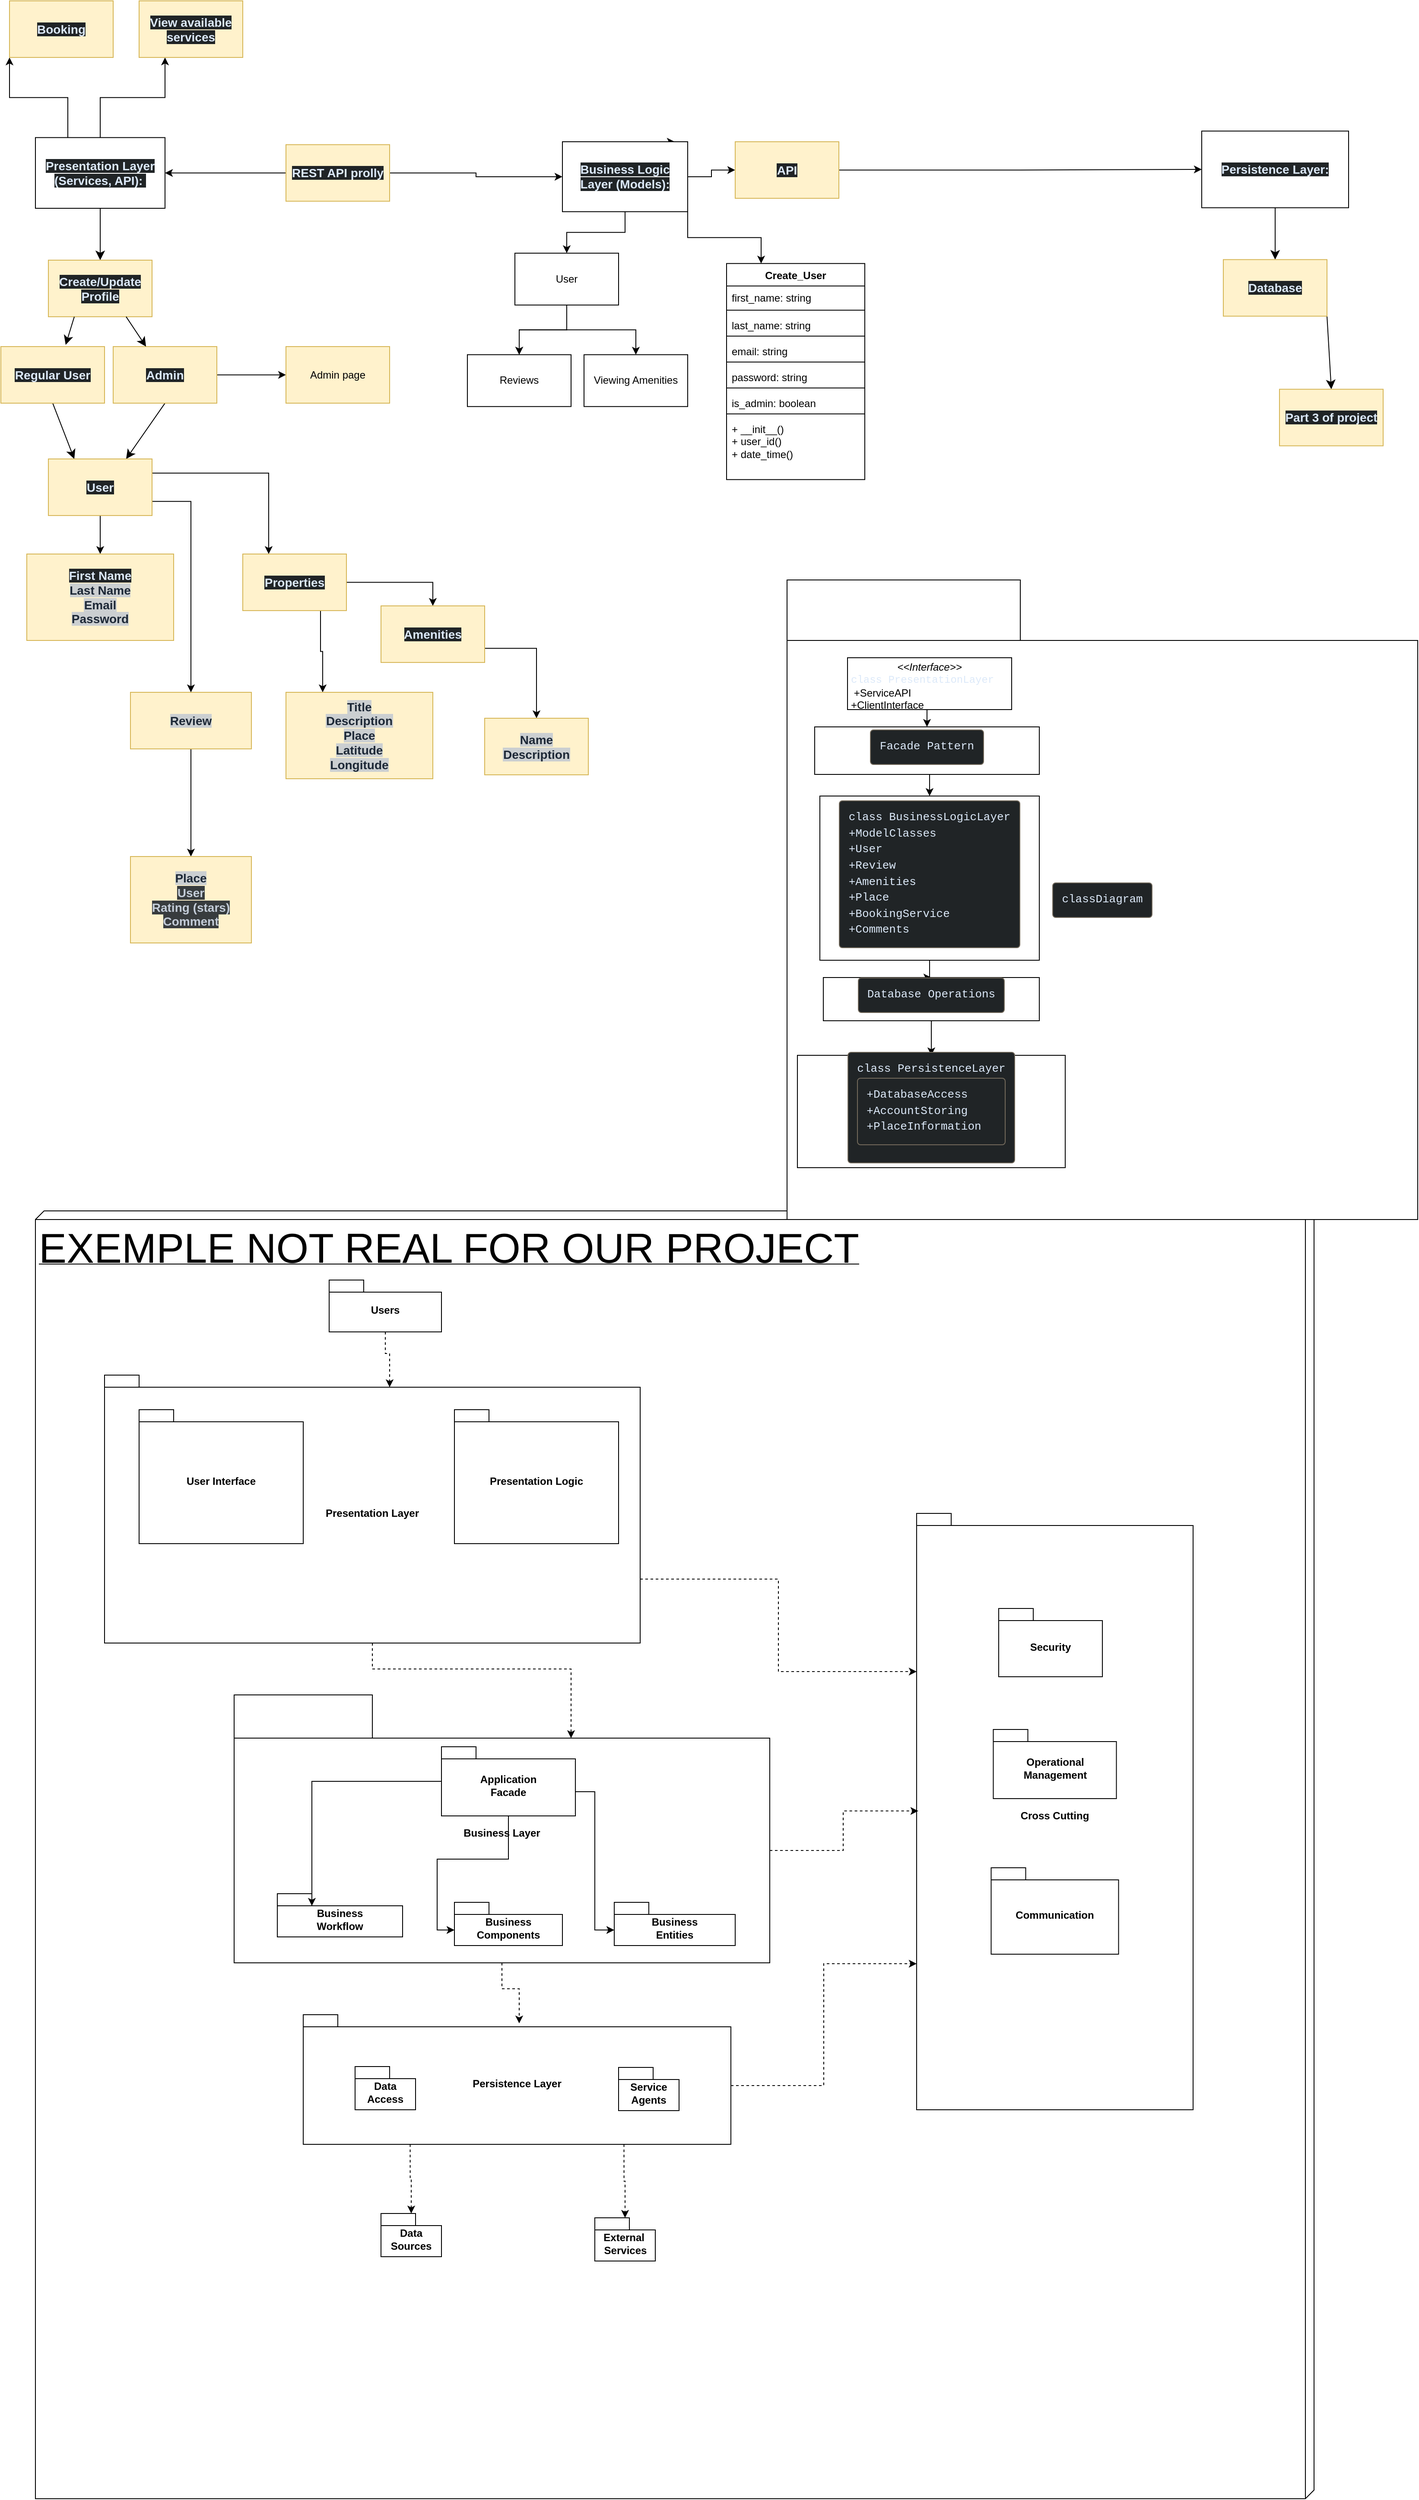
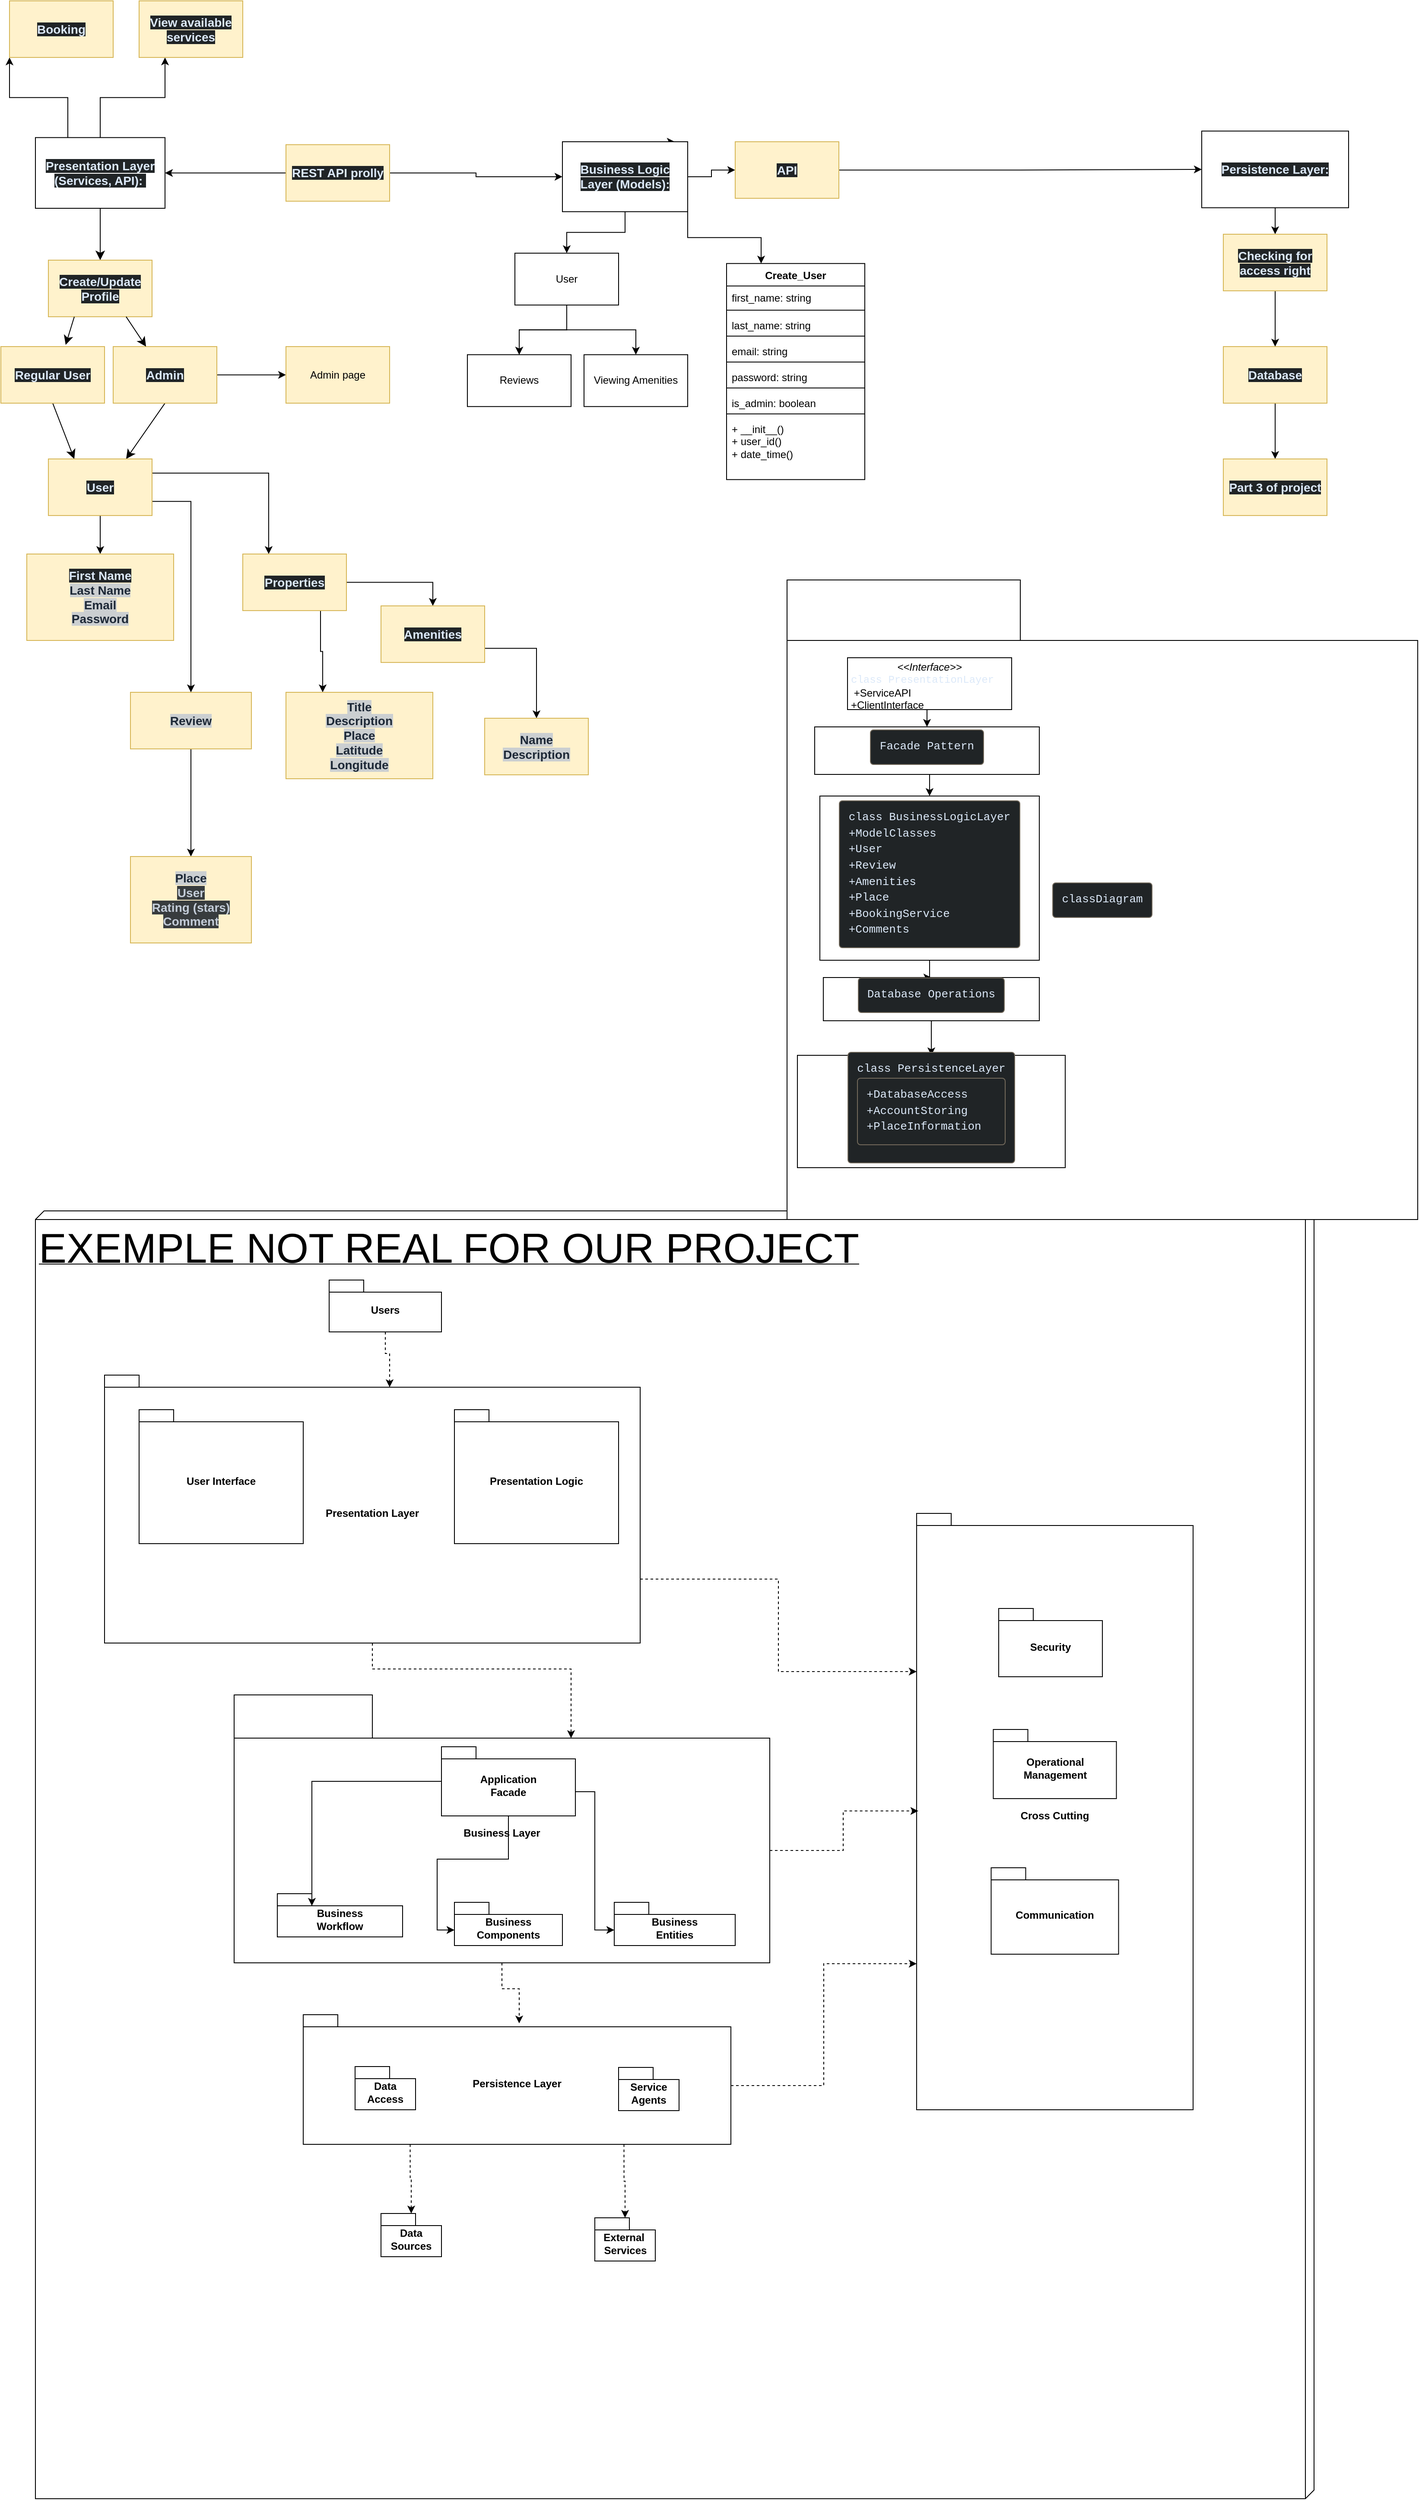
<mxfile host="app.diagrams.net">
  <diagram name="Page-1" id="-YqvBdWR7zro55ob8_1u">
-     <mxGraphModel dx="1252" dy="682" grid="1" gridSize="10" guides="1" tooltips="1" connect="1" arrows="1" fold="1" page="1" pageScale="1" pageWidth="850" pageHeight="1100" math="0" shadow="0">
+     <mxGraphModel dx="1134" dy="780" grid="1" gridSize="10" guides="1" tooltips="1" connect="1" arrows="1" fold="1" page="1" pageScale="1" pageWidth="850" pageHeight="1100" math="0" shadow="0">
      <root>
        <mxCell id="0" />
        <mxCell id="1" parent="0" />
        <mxCell id="ak4_qq2vWhMhYVfdcJaX-1" parent="1" style="verticalAlign=top;align=left;spacingTop=8;spacingLeft=2;spacingRight=12;shape=cube;size=10;direction=south;fontStyle=4;html=1;whiteSpace=wrap;" value="&lt;font style=&quot;font-size: 48px;&quot;&gt;EXEMPLE NOT REAL FOR OUR PROJECT&lt;/font&gt;" vertex="1">
          <mxGeometry height="1490" width="1480" x="40" y="1500" as="geometry" />
        </mxCell>
        <mxCell id="Xk1fa7zEFvqhqLaLLcKz-15" parent="1" style="shape=folder;fontStyle=1;spacingTop=10;tabWidth=270;tabHeight=70;tabPosition=left;html=1;whiteSpace=wrap;" value="&lt;pre style=&quot;box-sizing: border-box; overflow: auto; font-family: Menlo, Monaco, Consolas, &amp;quot;Courier New&amp;quot;, monospace; font-size: 13px; margin: 0px 0px 10px; line-height: 1.42857; color: rgb(220, 233, 249); word-break: break-all; overflow-wrap: break-word; border-width: 1px; border-style: solid; border-image: initial; scrollbar-color: rgb(95, 99, 104) rgb(49, 54, 60); font-weight: 400; text-align: start; padding: 10px !important; background-color: rgb(32, 36, 38) !important; border-color: rgb(114, 105, 91) !important; border-radius: 4px !important;&quot;&gt;&lt;code class=&quot;mermaid language-mermaid&quot; style=&quot;box-sizing: border-box; font-family: Menlo, Monaco, Consolas, &amp;quot;Courier New&amp;quot;, monospace; font-size: inherit; padding: 0px; border-radius: 0px; white-space: pre-wrap; scrollbar-color: rgb(95, 99, 104) rgb(49, 54, 60); background-color: transparent !important;&quot;&gt;classDiagram&lt;/code&gt;&lt;/pre&gt;" vertex="1">
          <mxGeometry height="740" width="730" x="910" y="770" as="geometry" />
        </mxCell>
        <mxCell id="knfjWByLyRWuwcYY4K55-11" edge="1" parent="1" source="hUDn5ZNKDxH-Q9J3WyCt-1" style="edgeStyle=none;curved=1;rounded=0;orthogonalLoop=1;jettySize=auto;html=1;exitX=0.5;exitY=1;exitDx=0;exitDy=0;fontSize=12;startSize=8;endSize=8;" target="knfjWByLyRWuwcYY4K55-1">
          <mxGeometry relative="1" as="geometry" />
        </mxCell>
        <mxCell id="nrL1aRvaP8A3k5mvhdIb-1" edge="1" parent="1" source="hUDn5ZNKDxH-Q9J3WyCt-1" style="edgeStyle=orthogonalEdgeStyle;rounded=0;orthogonalLoop=1;jettySize=auto;html=1;exitX=0.25;exitY=0;exitDx=0;exitDy=0;entryX=0;entryY=1;entryDx=0;entryDy=0;" target="nDmQYND_-jVZAFU5oeKq-2">
          <mxGeometry relative="1" as="geometry" />
        </mxCell>
        <mxCell id="nrL1aRvaP8A3k5mvhdIb-2" edge="1" parent="1" source="hUDn5ZNKDxH-Q9J3WyCt-1" style="edgeStyle=orthogonalEdgeStyle;rounded=0;orthogonalLoop=1;jettySize=auto;html=1;exitX=0.5;exitY=0;exitDx=0;exitDy=0;entryX=0.25;entryY=1;entryDx=0;entryDy=0;" target="nDmQYND_-jVZAFU5oeKq-3">
          <mxGeometry relative="1" as="geometry" />
        </mxCell>
        <mxCell id="hUDn5ZNKDxH-Q9J3WyCt-1" parent="1" style="rounded=0;whiteSpace=wrap;html=1;" value="&lt;strong style=&quot;box-sizing: border-box; font-weight: bold; scrollbar-color: rgb(95, 99, 104) rgb(49, 54, 60); color: rgb(220, 233, 249); font-family: aktiv-grotesk, sans-serif; font-size: 14px; text-align: start; background-color: rgb(32, 36, 38);&quot;&gt;Presentation Layer (Services, API):&lt;/strong&gt;&lt;span style=&quot;color: rgb(220, 233, 249); font-family: aktiv-grotesk, sans-serif; font-size: 14px; text-align: start; background-color: rgb(32, 36, 38);&quot;&gt;&amp;nbsp;&lt;/span&gt;" vertex="1">
          <mxGeometry height="81.82" width="150" x="40" y="258.18" as="geometry" />
        </mxCell>
        <mxCell id="nrL1aRvaP8A3k5mvhdIb-28" edge="1" parent="1" source="hUDn5ZNKDxH-Q9J3WyCt-2" style="edgeStyle=orthogonalEdgeStyle;rounded=0;orthogonalLoop=1;jettySize=auto;html=1;exitX=0.75;exitY=0;exitDx=0;exitDy=0;">
          <mxGeometry relative="1" as="geometry">
            <mxPoint x="780" y="262.92" as="targetPoint" />
          </mxGeometry>
        </mxCell>
        <mxCell id="nrL1aRvaP8A3k5mvhdIb-29" edge="1" parent="1" source="hUDn5ZNKDxH-Q9J3WyCt-2" style="edgeStyle=orthogonalEdgeStyle;rounded=0;orthogonalLoop=1;jettySize=auto;html=1;exitX=1;exitY=0.5;exitDx=0;exitDy=0;entryX=0;entryY=0.5;entryDx=0;entryDy=0;" target="nrL1aRvaP8A3k5mvhdIb-25">
          <mxGeometry relative="1" as="geometry" />
        </mxCell>
        <mxCell id="IQe30unK_AcWwb2UXMVU-2" edge="1" parent="1" source="hUDn5ZNKDxH-Q9J3WyCt-2" style="edgeStyle=orthogonalEdgeStyle;rounded=0;orthogonalLoop=1;jettySize=auto;html=1;" target="IQe30unK_AcWwb2UXMVU-1" value="">
          <mxGeometry relative="1" as="geometry" />
        </mxCell>
        <mxCell id="bphd-XHS044pXj_6YrF3-8" edge="1" parent="1" source="hUDn5ZNKDxH-Q9J3WyCt-2" style="edgeStyle=orthogonalEdgeStyle;rounded=0;orthogonalLoop=1;jettySize=auto;html=1;exitX=1;exitY=1;exitDx=0;exitDy=0;entryX=0.25;entryY=0;entryDx=0;entryDy=0;" target="bphd-XHS044pXj_6YrF3-4">
          <mxGeometry relative="1" as="geometry" />
        </mxCell>
        <mxCell id="hUDn5ZNKDxH-Q9J3WyCt-2" parent="1" style="rounded=0;whiteSpace=wrap;html=1;" value="&lt;strong style=&quot;box-sizing: border-box; font-weight: bold; scrollbar-color: rgb(95, 99, 104) rgb(49, 54, 60); color: rgb(220, 233, 249); font-family: aktiv-grotesk, sans-serif; font-size: 14px; text-align: start; background-color: rgb(32, 36, 38);&quot;&gt;Business Logic Layer (Models):&lt;/strong&gt;" vertex="1">
          <mxGeometry height="80.93" width="145" x="650" y="262.99" as="geometry" />
        </mxCell>
-         <mxCell id="knfjWByLyRWuwcYY4K55-10" edge="1" parent="1" source="hUDn5ZNKDxH-Q9J3WyCt-3" style="edgeStyle=none;curved=1;rounded=0;orthogonalLoop=1;jettySize=auto;html=1;exitX=0.5;exitY=1;exitDx=0;exitDy=0;entryX=0.5;entryY=0;entryDx=0;entryDy=0;fontSize=12;startSize=8;endSize=8;" target="knfjWByLyRWuwcYY4K55-9">
+         <mxCell id="lqWkxY9uZ9eT4ogvRrYx-3" edge="1" parent="1" source="hUDn5ZNKDxH-Q9J3WyCt-3" style="edgeStyle=orthogonalEdgeStyle;rounded=0;orthogonalLoop=1;jettySize=auto;html=1;exitX=0.5;exitY=1;exitDx=0;exitDy=0;entryX=0.5;entryY=0;entryDx=0;entryDy=0;" target="lqWkxY9uZ9eT4ogvRrYx-2">
          <mxGeometry relative="1" as="geometry" />
        </mxCell>
        <mxCell id="hUDn5ZNKDxH-Q9J3WyCt-3" parent="1" style="rounded=0;whiteSpace=wrap;html=1;" value="&lt;strong style=&quot;box-sizing: border-box; font-weight: bold; scrollbar-color: rgb(95, 99, 104) rgb(49, 54, 60); color: rgb(220, 233, 249); font-family: aktiv-grotesk, sans-serif; font-size: 14px; text-align: start; background-color: rgb(32, 36, 38);&quot;&gt;Persistence Layer:&lt;/strong&gt;" vertex="1">
          <mxGeometry height="88.7" width="170" x="1390" y="250.65" as="geometry" />
        </mxCell>
        <mxCell id="nDmQYND_-jVZAFU5oeKq-2" parent="1" style="rounded=0;whiteSpace=wrap;html=1;fillColor=#fff2cc;strokeColor=#d6b656;" value="&lt;div style=&quot;text-align: start;&quot;&gt;&lt;font color=&quot;#dce9f9&quot; face=&quot;aktiv-grotesk, sans-serif&quot;&gt;&lt;span style=&quot;font-size: 14px; background-color: rgb(32, 36, 38);&quot;&gt;&lt;b&gt;Booking&lt;/b&gt;&lt;/span&gt;&lt;/font&gt;&lt;/div&gt;" vertex="1">
          <mxGeometry height="65.46" width="120" x="10" y="100" as="geometry" />
        </mxCell>
        <mxCell id="nDmQYND_-jVZAFU5oeKq-3" parent="1" style="rounded=0;whiteSpace=wrap;html=1;align=center;fillColor=#fff2cc;strokeColor=#d6b656;" value="&lt;div style=&quot;&quot;&gt;&lt;font color=&quot;#dce9f9&quot; face=&quot;aktiv-grotesk, sans-serif&quot;&gt;&lt;span style=&quot;font-size: 14px; background-color: rgb(32, 36, 38);&quot;&gt;&lt;b&gt;View available services&lt;/b&gt;&lt;/span&gt;&lt;/font&gt;&lt;/div&gt;" vertex="1">
          <mxGeometry height="65.46" width="120" x="160" y="100.00000000000003" as="geometry" />
        </mxCell>
        <mxCell id="bphd-XHS044pXj_6YrF3-2" edge="1" parent="1" source="nDmQYND_-jVZAFU5oeKq-4" style="edgeStyle=orthogonalEdgeStyle;rounded=0;orthogonalLoop=1;jettySize=auto;html=1;exitX=0.5;exitY=1;exitDx=0;exitDy=0;entryX=0.5;entryY=0;entryDx=0;entryDy=0;" target="bphd-XHS044pXj_6YrF3-1">
          <mxGeometry relative="1" as="geometry" />
        </mxCell>
        <mxCell id="nDmQYND_-jVZAFU5oeKq-4" parent="1" style="rounded=0;whiteSpace=wrap;html=1;align=center;fillColor=#fff2cc;strokeColor=#d6b656;" value="&lt;div style=&quot;&quot;&gt;&lt;font color=&quot;#1d2836&quot; face=&quot;aktiv-grotesk, sans-serif&quot;&gt;&lt;span style=&quot;font-size: 14px; background-color: rgb(203, 207, 209);&quot;&gt;&lt;b&gt;Review&lt;/b&gt;&lt;/span&gt;&lt;/font&gt;&lt;/div&gt;" vertex="1">
          <mxGeometry height="65.46" width="140" x="150" y="900" as="geometry" />
        </mxCell>
        <mxCell id="knfjWByLyRWuwcYY4K55-1" parent="1" style="rounded=0;whiteSpace=wrap;html=1;align=center;fillColor=#fff2cc;strokeColor=#d6b656;" value="&lt;div style=&quot;&quot;&gt;&lt;font color=&quot;#dce9f9&quot; face=&quot;aktiv-grotesk, sans-serif&quot;&gt;&lt;span style=&quot;font-size: 14px; background-color: rgb(32, 36, 38);&quot;&gt;&lt;b&gt;Create/Update Profile&lt;/b&gt;&lt;/span&gt;&lt;/font&gt;&lt;/div&gt;" vertex="1">
          <mxGeometry height="65.46" width="120" x="55" y="400" as="geometry" />
        </mxCell>
        <mxCell id="knfjWByLyRWuwcYY4K55-12" edge="1" parent="1" source="knfjWByLyRWuwcYY4K55-3" style="edgeStyle=none;curved=1;rounded=0;orthogonalLoop=1;jettySize=auto;html=1;exitX=0.5;exitY=1;exitDx=0;exitDy=0;entryX=0.25;entryY=0;entryDx=0;entryDy=0;fontSize=12;startSize=8;endSize=8;" target="knfjWByLyRWuwcYY4K55-7">
          <mxGeometry relative="1" as="geometry" />
        </mxCell>
        <mxCell id="knfjWByLyRWuwcYY4K55-3" parent="1" style="rounded=0;whiteSpace=wrap;html=1;align=center;fillColor=#fff2cc;strokeColor=#d6b656;" value="&lt;div style=&quot;&quot;&gt;&lt;font color=&quot;#dce9f9&quot; face=&quot;aktiv-grotesk, sans-serif&quot;&gt;&lt;span style=&quot;font-size: 14px; background-color: rgb(32, 36, 38);&quot;&gt;&lt;b&gt;Regular User&lt;/b&gt;&lt;/span&gt;&lt;/font&gt;&lt;/div&gt;" vertex="1">
          <mxGeometry height="65.46" width="120" y="500" as="geometry" />
        </mxCell>
        <mxCell id="knfjWByLyRWuwcYY4K55-13" edge="1" parent="1" source="knfjWByLyRWuwcYY4K55-4" style="edgeStyle=none;curved=1;rounded=0;orthogonalLoop=1;jettySize=auto;html=1;exitX=0.5;exitY=1;exitDx=0;exitDy=0;entryX=0.75;entryY=0;entryDx=0;entryDy=0;fontSize=12;startSize=8;endSize=8;" target="knfjWByLyRWuwcYY4K55-7">
          <mxGeometry relative="1" as="geometry" />
        </mxCell>
        <mxCell id="aWwyGlZGmxZRMDZtTTIC-5" edge="1" parent="1" source="knfjWByLyRWuwcYY4K55-4" style="edgeStyle=orthogonalEdgeStyle;rounded=0;orthogonalLoop=1;jettySize=auto;html=1;" target="aWwyGlZGmxZRMDZtTTIC-4" value="">
          <mxGeometry relative="1" as="geometry" />
        </mxCell>
        <mxCell id="knfjWByLyRWuwcYY4K55-4" parent="1" style="rounded=0;whiteSpace=wrap;html=1;align=center;fillColor=#fff2cc;strokeColor=#d6b656;" value="&lt;div style=&quot;&quot;&gt;&lt;font color=&quot;#dce9f9&quot; face=&quot;aktiv-grotesk, sans-serif&quot;&gt;&lt;span style=&quot;font-size: 14px; background-color: rgb(32, 36, 38);&quot;&gt;&lt;b&gt;Admin&lt;/b&gt;&lt;/span&gt;&lt;/font&gt;&lt;/div&gt;" vertex="1">
          <mxGeometry height="65.46" width="120" x="130" y="500" as="geometry" />
        </mxCell>
        <mxCell id="knfjWByLyRWuwcYY4K55-5" edge="1" parent="1" source="knfjWByLyRWuwcYY4K55-1" style="edgeStyle=none;curved=1;rounded=0;orthogonalLoop=1;jettySize=auto;html=1;exitX=0.25;exitY=1;exitDx=0;exitDy=0;entryX=0.625;entryY=-0.031;entryDx=0;entryDy=0;entryPerimeter=0;fontSize=12;startSize=8;endSize=8;" target="knfjWByLyRWuwcYY4K55-3">
          <mxGeometry relative="1" as="geometry" />
        </mxCell>
        <mxCell id="knfjWByLyRWuwcYY4K55-6" edge="1" parent="1" source="knfjWByLyRWuwcYY4K55-1" style="edgeStyle=none;curved=1;rounded=0;orthogonalLoop=1;jettySize=auto;html=1;exitX=0.75;exitY=1;exitDx=0;exitDy=0;entryX=0.317;entryY=0;entryDx=0;entryDy=0;entryPerimeter=0;fontSize=12;startSize=8;endSize=8;" target="knfjWByLyRWuwcYY4K55-4">
          <mxGeometry relative="1" as="geometry" />
        </mxCell>
        <mxCell id="nrL1aRvaP8A3k5mvhdIb-16" edge="1" parent="1" source="knfjWByLyRWuwcYY4K55-7" style="edgeStyle=orthogonalEdgeStyle;rounded=0;orthogonalLoop=1;jettySize=auto;html=1;exitX=0.5;exitY=1;exitDx=0;exitDy=0;entryX=0.5;entryY=0;entryDx=0;entryDy=0;" target="nrL1aRvaP8A3k5mvhdIb-10">
          <mxGeometry relative="1" as="geometry" />
        </mxCell>
        <mxCell id="nrL1aRvaP8A3k5mvhdIb-18" edge="1" parent="1" source="knfjWByLyRWuwcYY4K55-7" style="edgeStyle=orthogonalEdgeStyle;rounded=0;orthogonalLoop=1;jettySize=auto;html=1;exitX=1;exitY=0.75;exitDx=0;exitDy=0;entryX=0.5;entryY=0;entryDx=0;entryDy=0;" target="nDmQYND_-jVZAFU5oeKq-4">
          <mxGeometry relative="1" as="geometry" />
        </mxCell>
        <mxCell id="nrL1aRvaP8A3k5mvhdIb-19" edge="1" parent="1" source="knfjWByLyRWuwcYY4K55-7" style="edgeStyle=orthogonalEdgeStyle;rounded=0;orthogonalLoop=1;jettySize=auto;html=1;exitX=1;exitY=0.25;exitDx=0;exitDy=0;entryX=0.25;entryY=0;entryDx=0;entryDy=0;" target="nrL1aRvaP8A3k5mvhdIb-3">
          <mxGeometry relative="1" as="geometry" />
        </mxCell>
        <mxCell id="knfjWByLyRWuwcYY4K55-7" parent="1" style="rounded=0;whiteSpace=wrap;html=1;align=center;fillColor=#fff2cc;strokeColor=#d6b656;" value="&lt;div style=&quot;&quot;&gt;&lt;font color=&quot;#dce9f9&quot; face=&quot;aktiv-grotesk, sans-serif&quot;&gt;&lt;span style=&quot;font-size: 14px; background-color: rgb(32, 36, 38);&quot;&gt;&lt;b&gt;User&lt;/b&gt;&lt;/span&gt;&lt;/font&gt;&lt;/div&gt;" vertex="1">
          <mxGeometry height="65.46" width="120" x="55" y="630" as="geometry" />
        </mxCell>
-         <mxCell id="knfjWByLyRWuwcYY4K55-16" edge="1" parent="1" source="knfjWByLyRWuwcYY4K55-9" style="edgeStyle=none;curved=1;rounded=0;orthogonalLoop=1;jettySize=auto;html=1;exitX=1;exitY=1;exitDx=0;exitDy=0;entryX=0.5;entryY=0;entryDx=0;entryDy=0;fontSize=12;startSize=8;endSize=8;" target="knfjWByLyRWuwcYY4K55-14">
+         <mxCell id="lqWkxY9uZ9eT4ogvRrYx-5" edge="1" parent="1" source="knfjWByLyRWuwcYY4K55-9" style="edgeStyle=orthogonalEdgeStyle;rounded=0;orthogonalLoop=1;jettySize=auto;html=1;entryX=0.5;entryY=0;entryDx=0;entryDy=0;" target="knfjWByLyRWuwcYY4K55-14">
          <mxGeometry relative="1" as="geometry" />
        </mxCell>
        <mxCell id="knfjWByLyRWuwcYY4K55-9" parent="1" style="rounded=0;whiteSpace=wrap;html=1;align=center;fillColor=#fff2cc;strokeColor=#d6b656;" value="&lt;div style=&quot;&quot;&gt;&lt;font color=&quot;#dce9f9&quot; face=&quot;aktiv-grotesk, sans-serif&quot;&gt;&lt;span style=&quot;font-size: 14px; background-color: rgb(32, 36, 38);&quot;&gt;&lt;b&gt;Database&lt;/b&gt;&lt;/span&gt;&lt;/font&gt;&lt;/div&gt;" vertex="1">
-           <mxGeometry height="65.46" width="120" x="1415" y="399.35" as="geometry" />
+           <mxGeometry height="65.46" width="120" x="1415" y="500.00000000000006" as="geometry" />
        </mxCell>
        <mxCell id="knfjWByLyRWuwcYY4K55-14" parent="1" style="rounded=0;whiteSpace=wrap;html=1;align=center;fillColor=#fff2cc;strokeColor=#d6b656;" value="&lt;div style=&quot;&quot;&gt;&lt;font color=&quot;#dce9f9&quot; face=&quot;aktiv-grotesk, sans-serif&quot;&gt;&lt;span style=&quot;font-size: 14px; background-color: rgb(32, 36, 38);&quot;&gt;&lt;b&gt;Part 3 of project&lt;/b&gt;&lt;/span&gt;&lt;/font&gt;&lt;/div&gt;" vertex="1">
-           <mxGeometry height="65.46" width="120" x="1480" y="549.35" as="geometry" />
+           <mxGeometry height="65.46" width="120" x="1415" y="630" as="geometry" />
        </mxCell>
        <mxCell id="bphd-XHS044pXj_6YrF3-3" edge="1" parent="1" source="nrL1aRvaP8A3k5mvhdIb-3" style="edgeStyle=orthogonalEdgeStyle;rounded=0;orthogonalLoop=1;jettySize=auto;html=1;exitX=0.75;exitY=1;exitDx=0;exitDy=0;entryX=0.25;entryY=0;entryDx=0;entryDy=0;" target="nrL1aRvaP8A3k5mvhdIb-20">
          <mxGeometry relative="1" as="geometry">
            <mxPoint x="370.11764705882365" y="910" as="targetPoint" />
          </mxGeometry>
        </mxCell>
        <mxCell id="bphd-XHS044pXj_6YrF3-10" edge="1" parent="1" source="nrL1aRvaP8A3k5mvhdIb-3" style="edgeStyle=orthogonalEdgeStyle;rounded=0;orthogonalLoop=1;jettySize=auto;html=1;exitX=1;exitY=0.5;exitDx=0;exitDy=0;entryX=0.5;entryY=0;entryDx=0;entryDy=0;" target="bphd-XHS044pXj_6YrF3-9">
          <mxGeometry relative="1" as="geometry" />
        </mxCell>
        <mxCell id="nrL1aRvaP8A3k5mvhdIb-3" parent="1" style="rounded=0;whiteSpace=wrap;html=1;align=center;fillColor=#fff2cc;strokeColor=#d6b656;" value="&lt;div style=&quot;&quot;&gt;&lt;font color=&quot;#dce9f9&quot; face=&quot;aktiv-grotesk, sans-serif&quot;&gt;&lt;span style=&quot;font-size: 14px; background-color: rgb(32, 36, 38);&quot;&gt;&lt;b&gt;Properties&lt;/b&gt;&lt;/span&gt;&lt;/font&gt;&lt;/div&gt;" vertex="1">
          <mxGeometry height="65.46" width="120" x="280" y="740" as="geometry" />
        </mxCell>
        <mxCell id="nrL1aRvaP8A3k5mvhdIb-10" parent="1" style="rounded=0;whiteSpace=wrap;html=1;align=center;fillColor=#fff2cc;strokeColor=#d6b656;" value="&lt;div style=&quot;&quot;&gt;&lt;font color=&quot;#dce9f9&quot; face=&quot;aktiv-grotesk, sans-serif&quot;&gt;&lt;span style=&quot;font-size: 14px; background-color: rgb(32, 36, 38);&quot;&gt;&lt;b&gt;First Name&lt;/b&gt;&lt;/span&gt;&lt;/font&gt;&lt;/div&gt;&lt;div style=&quot;&quot;&gt;&lt;font color=&quot;#1d2836&quot; face=&quot;aktiv-grotesk, sans-serif&quot;&gt;&lt;span style=&quot;font-size: 14px; background-color: rgb(203, 207, 209);&quot;&gt;&lt;b&gt;Last Name&lt;/b&gt;&lt;/span&gt;&lt;/font&gt;&lt;/div&gt;&lt;div style=&quot;&quot;&gt;&lt;font color=&quot;#1d2836&quot; face=&quot;aktiv-grotesk, sans-serif&quot;&gt;&lt;span style=&quot;font-size: 14px; background-color: rgb(203, 207, 209);&quot;&gt;&lt;b&gt;Email&lt;/b&gt;&lt;/span&gt;&lt;/font&gt;&lt;/div&gt;&lt;div style=&quot;&quot;&gt;&lt;font color=&quot;#1d2836&quot; face=&quot;aktiv-grotesk, sans-serif&quot;&gt;&lt;span style=&quot;font-size: 14px; background-color: rgb(203, 207, 209);&quot;&gt;&lt;b&gt;Password&lt;/b&gt;&lt;/span&gt;&lt;/font&gt;&lt;/div&gt;" vertex="1">
          <mxGeometry height="100" width="170" x="30" y="740" as="geometry" />
        </mxCell>
        <mxCell id="nrL1aRvaP8A3k5mvhdIb-20" parent="1" style="rounded=0;whiteSpace=wrap;html=1;align=center;fillColor=#fff2cc;strokeColor=#d6b656;" value="&lt;div style=&quot;&quot;&gt;&lt;font color=&quot;#1d2836&quot; face=&quot;aktiv-grotesk, sans-serif&quot;&gt;&lt;span style=&quot;font-size: 14px; background-color: rgb(203, 207, 209);&quot;&gt;&lt;b&gt;Title&lt;/b&gt;&lt;/span&gt;&lt;/font&gt;&lt;/div&gt;&lt;div style=&quot;&quot;&gt;&lt;font color=&quot;#1d2836&quot; face=&quot;aktiv-grotesk, sans-serif&quot;&gt;&lt;span style=&quot;font-size: 14px; background-color: rgb(203, 207, 209);&quot;&gt;&lt;b&gt;Description&lt;/b&gt;&lt;/span&gt;&lt;/font&gt;&lt;/div&gt;&lt;div style=&quot;&quot;&gt;&lt;font color=&quot;#1d2836&quot; face=&quot;aktiv-grotesk, sans-serif&quot;&gt;&lt;span style=&quot;font-size: 14px; background-color: rgb(203, 207, 209);&quot;&gt;&lt;b&gt;Place&lt;/b&gt;&lt;/span&gt;&lt;/font&gt;&lt;/div&gt;&lt;div style=&quot;&quot;&gt;&lt;font color=&quot;#1d2836&quot; face=&quot;aktiv-grotesk, sans-serif&quot;&gt;&lt;span style=&quot;font-size: 14px; background-color: rgb(203, 207, 209);&quot;&gt;&lt;b&gt;Latitude&lt;/b&gt;&lt;/span&gt;&lt;/font&gt;&lt;/div&gt;&lt;div style=&quot;&quot;&gt;&lt;font color=&quot;#1d2836&quot; face=&quot;aktiv-grotesk, sans-serif&quot;&gt;&lt;span style=&quot;font-size: 14px; background-color: rgb(203, 207, 209);&quot;&gt;&lt;b&gt;Longitude&lt;/b&gt;&lt;/span&gt;&lt;/font&gt;&lt;/div&gt;" vertex="1">
          <mxGeometry height="100" width="170" x="330" y="900" as="geometry" />
        </mxCell>
        <mxCell id="nrL1aRvaP8A3k5mvhdIb-26" edge="1" parent="1" source="nrL1aRvaP8A3k5mvhdIb-24" style="edgeStyle=orthogonalEdgeStyle;rounded=0;orthogonalLoop=1;jettySize=auto;html=1;exitX=1;exitY=0.5;exitDx=0;exitDy=0;" target="hUDn5ZNKDxH-Q9J3WyCt-2">
          <mxGeometry relative="1" as="geometry">
            <mxPoint x="610" y="299.5700000000001" as="sourcePoint" />
          </mxGeometry>
        </mxCell>
        <mxCell id="nrL1aRvaP8A3k5mvhdIb-27" edge="1" parent="1" source="nrL1aRvaP8A3k5mvhdIb-24" style="edgeStyle=orthogonalEdgeStyle;rounded=0;orthogonalLoop=1;jettySize=auto;html=1;exitX=0;exitY=0.5;exitDx=0;exitDy=0;entryX=1;entryY=0.5;entryDx=0;entryDy=0;" target="hUDn5ZNKDxH-Q9J3WyCt-1">
          <mxGeometry relative="1" as="geometry" />
        </mxCell>
        <mxCell id="nrL1aRvaP8A3k5mvhdIb-24" parent="1" style="rounded=0;whiteSpace=wrap;html=1;align=center;fillColor=#fff2cc;strokeColor=#d6b656;" value="&lt;div style=&quot;&quot;&gt;&lt;font color=&quot;#dce9f9&quot; face=&quot;aktiv-grotesk, sans-serif&quot;&gt;&lt;span style=&quot;font-size: 14px; background-color: rgb(32, 36, 38);&quot;&gt;&lt;b&gt;REST API prolly&lt;/b&gt;&lt;/span&gt;&lt;/font&gt;&lt;/div&gt;" vertex="1">
          <mxGeometry height="65.46" width="120" x="330" y="266.35999999999996" as="geometry" />
        </mxCell>
        <mxCell id="nrL1aRvaP8A3k5mvhdIb-30" edge="1" parent="1" source="nrL1aRvaP8A3k5mvhdIb-25" style="edgeStyle=orthogonalEdgeStyle;rounded=0;orthogonalLoop=1;jettySize=auto;html=1;exitX=1;exitY=0.5;exitDx=0;exitDy=0;entryX=0;entryY=0.5;entryDx=0;entryDy=0;" target="hUDn5ZNKDxH-Q9J3WyCt-3">
          <mxGeometry relative="1" as="geometry" />
        </mxCell>
        <mxCell id="nrL1aRvaP8A3k5mvhdIb-25" parent="1" style="rounded=0;whiteSpace=wrap;html=1;align=center;fillColor=#fff2cc;strokeColor=#d6b656;" value="&lt;div style=&quot;&quot;&gt;&lt;font color=&quot;#dce9f9&quot; face=&quot;aktiv-grotesk, sans-serif&quot;&gt;&lt;span style=&quot;font-size: 14px; background-color: rgb(32, 36, 38);&quot;&gt;&lt;b&gt;API&lt;/b&gt;&lt;/span&gt;&lt;/font&gt;&lt;/div&gt;" vertex="1">
          <mxGeometry height="65.46" width="120" x="850" y="262.99" as="geometry" />
        </mxCell>
        <mxCell id="bphd-XHS044pXj_6YrF3-1" parent="1" style="rounded=0;whiteSpace=wrap;html=1;align=center;fillColor=#fff2cc;strokeColor=#d6b656;" value="&lt;div style=&quot;&quot;&gt;&lt;font color=&quot;#1d2836&quot; face=&quot;aktiv-grotesk, sans-serif&quot;&gt;&lt;span style=&quot;font-size: 14px; background-color: rgb(203, 207, 209);&quot;&gt;&lt;b&gt;Place&lt;/b&gt;&lt;/span&gt;&lt;/font&gt;&lt;/div&gt;&lt;div style=&quot;&quot;&gt;&lt;font color=&quot;#c4cdd9&quot; face=&quot;aktiv-grotesk, sans-serif&quot;&gt;&lt;span style=&quot;font-size: 14px; background-color: rgb(56, 60, 62);&quot;&gt;&lt;b&gt;User&lt;/b&gt;&lt;/span&gt;&lt;/font&gt;&lt;/div&gt;&lt;div style=&quot;&quot;&gt;&lt;font color=&quot;#c4cdd9&quot; face=&quot;aktiv-grotesk, sans-serif&quot;&gt;&lt;span style=&quot;font-size: 14px; background-color: rgb(56, 60, 62);&quot;&gt;&lt;b&gt;Rating (stars)&lt;/b&gt;&lt;/span&gt;&lt;/font&gt;&lt;/div&gt;&lt;div style=&quot;&quot;&gt;&lt;font color=&quot;#c4cdd9&quot; face=&quot;aktiv-grotesk, sans-serif&quot;&gt;&lt;span style=&quot;font-size: 14px; background-color: rgb(56, 60, 62);&quot;&gt;&lt;b&gt;Comment&lt;/b&gt;&lt;/span&gt;&lt;/font&gt;&lt;/div&gt;" vertex="1">
          <mxGeometry height="100" width="140" x="150" y="1090" as="geometry" />
        </mxCell>
        <mxCell id="IQe30unK_AcWwb2UXMVU-4" edge="1" parent="1" source="IQe30unK_AcWwb2UXMVU-1" style="edgeStyle=orthogonalEdgeStyle;rounded=0;orthogonalLoop=1;jettySize=auto;html=1;" target="IQe30unK_AcWwb2UXMVU-3" value="">
          <mxGeometry relative="1" as="geometry" />
        </mxCell>
        <mxCell id="bphd-XHS044pXj_6YrF3-4" parent="1" style="swimlane;fontStyle=1;align=center;verticalAlign=top;childLayout=stackLayout;horizontal=1;startSize=26;horizontalStack=0;resizeParent=1;resizeParentMax=0;resizeLast=0;collapsible=1;marginBottom=0;whiteSpace=wrap;html=1;" value="Create_User" vertex="1">
          <mxGeometry height="250" width="160" x="840" y="403.92" as="geometry" />
        </mxCell>
        <mxCell id="bphd-XHS044pXj_6YrF3-5" parent="bphd-XHS044pXj_6YrF3-4" style="text;strokeColor=none;fillColor=none;align=left;verticalAlign=top;spacingLeft=4;spacingRight=4;overflow=hidden;rotatable=0;points=[[0,0.5],[1,0.5]];portConstraint=eastwest;whiteSpace=wrap;html=1;" value="first_name: string&lt;div&gt;&lt;br&gt;&lt;/div&gt;" vertex="1">
          <mxGeometry height="24" width="160" y="26" as="geometry" />
        </mxCell>
        <mxCell id="bphd-XHS044pXj_6YrF3-6" parent="bphd-XHS044pXj_6YrF3-4" style="line;strokeWidth=1;fillColor=none;align=left;verticalAlign=middle;spacingTop=-1;spacingLeft=3;spacingRight=3;rotatable=0;labelPosition=right;points=[];portConstraint=eastwest;strokeColor=inherit;" value="" vertex="1">
          <mxGeometry height="8" width="160" y="50" as="geometry" />
        </mxCell>
        <mxCell id="1CZEDAOxRYAH5AQD7Mqk-3" parent="bphd-XHS044pXj_6YrF3-4" style="text;strokeColor=none;fillColor=none;align=left;verticalAlign=top;spacingLeft=4;spacingRight=4;overflow=hidden;rotatable=0;points=[[0,0.5],[1,0.5]];portConstraint=eastwest;whiteSpace=wrap;html=1;" value="&lt;div&gt;last_name: string&lt;/div&gt;" vertex="1">
          <mxGeometry height="22" width="160" y="58" as="geometry" />
        </mxCell>
        <mxCell id="1CZEDAOxRYAH5AQD7Mqk-4" parent="bphd-XHS044pXj_6YrF3-4" style="line;strokeWidth=1;fillColor=none;align=left;verticalAlign=middle;spacingTop=-1;spacingLeft=3;spacingRight=3;rotatable=0;labelPosition=right;points=[];portConstraint=eastwest;strokeColor=inherit;" value="" vertex="1">
          <mxGeometry height="8" width="160" y="80" as="geometry" />
        </mxCell>
        <mxCell id="1CZEDAOxRYAH5AQD7Mqk-5" parent="bphd-XHS044pXj_6YrF3-4" style="text;strokeColor=none;fillColor=none;align=left;verticalAlign=top;spacingLeft=4;spacingRight=4;overflow=hidden;rotatable=0;points=[[0,0.5],[1,0.5]];portConstraint=eastwest;whiteSpace=wrap;html=1;" value="&lt;div&gt;email: string&lt;/div&gt;" vertex="1">
          <mxGeometry height="22" width="160" y="88" as="geometry" />
        </mxCell>
        <mxCell id="1CZEDAOxRYAH5AQD7Mqk-7" parent="bphd-XHS044pXj_6YrF3-4" style="line;strokeWidth=1;fillColor=none;align=left;verticalAlign=middle;spacingTop=-1;spacingLeft=3;spacingRight=3;rotatable=0;labelPosition=right;points=[];portConstraint=eastwest;strokeColor=inherit;" value="" vertex="1">
          <mxGeometry height="8" width="160" y="110" as="geometry" />
        </mxCell>
        <mxCell id="1CZEDAOxRYAH5AQD7Mqk-6" parent="bphd-XHS044pXj_6YrF3-4" style="text;strokeColor=none;fillColor=none;align=left;verticalAlign=top;spacingLeft=4;spacingRight=4;overflow=hidden;rotatable=0;points=[[0,0.5],[1,0.5]];portConstraint=eastwest;whiteSpace=wrap;html=1;" value="&lt;div&gt;password: string&lt;/div&gt;" vertex="1">
          <mxGeometry height="22" width="160" y="118" as="geometry" />
        </mxCell>
        <mxCell id="1CZEDAOxRYAH5AQD7Mqk-8" parent="bphd-XHS044pXj_6YrF3-4" style="line;strokeWidth=1;fillColor=none;align=left;verticalAlign=middle;spacingTop=-1;spacingLeft=3;spacingRight=3;rotatable=0;labelPosition=right;points=[];portConstraint=eastwest;strokeColor=inherit;" value="" vertex="1">
          <mxGeometry height="8" width="160" y="140" as="geometry" />
        </mxCell>
        <mxCell id="aWwyGlZGmxZRMDZtTTIC-2" parent="bphd-XHS044pXj_6YrF3-4" style="text;strokeColor=none;fillColor=none;align=left;verticalAlign=top;spacingLeft=4;spacingRight=4;overflow=hidden;rotatable=0;points=[[0,0.5],[1,0.5]];portConstraint=eastwest;whiteSpace=wrap;html=1;" value="&lt;div&gt;is_admin: boolean&lt;/div&gt;" vertex="1">
          <mxGeometry height="22" width="160" y="148" as="geometry" />
        </mxCell>
        <mxCell id="aWwyGlZGmxZRMDZtTTIC-3" parent="bphd-XHS044pXj_6YrF3-4" style="line;strokeWidth=1;fillColor=none;align=left;verticalAlign=middle;spacingTop=-1;spacingLeft=3;spacingRight=3;rotatable=0;labelPosition=right;points=[];portConstraint=eastwest;strokeColor=inherit;" value="" vertex="1">
          <mxGeometry height="8" width="160" y="170" as="geometry" />
        </mxCell>
        <mxCell id="bphd-XHS044pXj_6YrF3-7" parent="bphd-XHS044pXj_6YrF3-4" style="text;strokeColor=none;fillColor=none;align=left;verticalAlign=top;spacingLeft=4;spacingRight=4;overflow=hidden;rotatable=0;points=[[0,0.5],[1,0.5]];portConstraint=eastwest;whiteSpace=wrap;html=1;" value="+ __init__()&lt;div&gt;+ user_id()&lt;/div&gt;&lt;div&gt;+ date_time()&lt;/div&gt;" vertex="1">
          <mxGeometry height="72" width="160" y="178" as="geometry" />
        </mxCell>
        <mxCell id="IQe30unK_AcWwb2UXMVU-5" edge="1" parent="1" source="IQe30unK_AcWwb2UXMVU-1" style="edgeStyle=orthogonalEdgeStyle;rounded=0;orthogonalLoop=1;jettySize=auto;html=1;" target="IQe30unK_AcWwb2UXMVU-3" value="">
          <mxGeometry relative="1" as="geometry" />
        </mxCell>
        <mxCell id="IQe30unK_AcWwb2UXMVU-7" edge="1" parent="1" source="IQe30unK_AcWwb2UXMVU-1" style="edgeStyle=orthogonalEdgeStyle;rounded=0;orthogonalLoop=1;jettySize=auto;html=1;" target="IQe30unK_AcWwb2UXMVU-6" value="">
          <mxGeometry relative="1" as="geometry" />
        </mxCell>
        <mxCell id="IQe30unK_AcWwb2UXMVU-1" parent="1" style="whiteSpace=wrap;html=1;rounded=0;" value="User" vertex="1">
          <mxGeometry height="60" width="120" x="595" y="391.9150000000001" as="geometry" />
        </mxCell>
        <mxCell id="IQe30unK_AcWwb2UXMVU-3" parent="1" style="whiteSpace=wrap;html=1;rounded=0;" value="Reviews" vertex="1">
          <mxGeometry height="60" width="120" x="540" y="509.3750000000001" as="geometry" />
        </mxCell>
        <mxCell id="IQe30unK_AcWwb2UXMVU-6" parent="1" style="whiteSpace=wrap;html=1;rounded=0;" value="Viewing Amenities" vertex="1">
          <mxGeometry height="60" width="120" x="675" y="509.37500000000006" as="geometry" />
        </mxCell>
        <mxCell id="bphd-XHS044pXj_6YrF3-12" edge="1" parent="1" source="bphd-XHS044pXj_6YrF3-9" style="edgeStyle=orthogonalEdgeStyle;rounded=0;orthogonalLoop=1;jettySize=auto;html=1;exitX=1;exitY=0.75;exitDx=0;exitDy=0;entryX=0.5;entryY=0;entryDx=0;entryDy=0;" target="bphd-XHS044pXj_6YrF3-11">
          <mxGeometry relative="1" as="geometry" />
        </mxCell>
        <mxCell id="bphd-XHS044pXj_6YrF3-9" parent="1" style="rounded=0;whiteSpace=wrap;html=1;align=center;fillColor=#fff2cc;strokeColor=#d6b656;" value="&lt;div style=&quot;&quot;&gt;&lt;font color=&quot;#dce9f9&quot; face=&quot;aktiv-grotesk, sans-serif&quot;&gt;&lt;span style=&quot;font-size: 14px; background-color: rgb(32, 36, 38);&quot;&gt;&lt;b&gt;Amenities&lt;/b&gt;&lt;/span&gt;&lt;/font&gt;&lt;/div&gt;" vertex="1">
          <mxGeometry height="65.46" width="120" x="440" y="800" as="geometry" />
        </mxCell>
        <mxCell id="bphd-XHS044pXj_6YrF3-11" parent="1" style="rounded=0;whiteSpace=wrap;html=1;align=center;fillColor=#fff2cc;strokeColor=#d6b656;" value="&lt;div style=&quot;&quot;&gt;&lt;font color=&quot;#1d2836&quot; face=&quot;aktiv-grotesk, sans-serif&quot;&gt;&lt;span style=&quot;font-size: 14px; background-color: rgb(203, 207, 209);&quot;&gt;&lt;b&gt;Name&lt;/b&gt;&lt;/span&gt;&lt;/font&gt;&lt;/div&gt;&lt;div style=&quot;&quot;&gt;&lt;font color=&quot;#1d2836&quot; face=&quot;aktiv-grotesk, sans-serif&quot;&gt;&lt;span style=&quot;font-size: 14px; background-color: rgb(203, 207, 209);&quot;&gt;&lt;b&gt;Description&lt;/b&gt;&lt;/span&gt;&lt;/font&gt;&lt;/div&gt;" vertex="1">
          <mxGeometry height="65.46" width="120" x="560" y="930" as="geometry" />
        </mxCell>
        <mxCell id="bphd-XHS044pXj_6YrF3-17" parent="1" style="shape=folder;fontStyle=1;spacingTop=10;tabWidth=40;tabHeight=14;tabPosition=left;html=1;whiteSpace=wrap;" value="Presentation Layer" vertex="1">
          <mxGeometry height="310" width="620" x="120" y="1690" as="geometry" />
        </mxCell>
        <mxCell id="bphd-XHS044pXj_6YrF3-19" parent="1" style="shape=folder;fontStyle=1;spacingTop=10;tabWidth=160;tabHeight=50;tabPosition=left;html=1;whiteSpace=wrap;" value="Business Layer" vertex="1">
          <mxGeometry height="310" width="620" x="270" y="2060" as="geometry" />
        </mxCell>
        <mxCell id="5oGTE3Xe48jpl4K919ed-21" edge="1" parent="1" source="bphd-XHS044pXj_6YrF3-20" style="edgeStyle=orthogonalEdgeStyle;rounded=0;orthogonalLoop=1;jettySize=auto;html=1;exitX=0.25;exitY=1;exitDx=0;exitDy=0;exitPerimeter=0;dashed=1;" target="5oGTE3Xe48jpl4K919ed-22">
          <mxGeometry relative="1" as="geometry">
            <mxPoint x="473.6923076923076" y="2640" as="targetPoint" />
          </mxGeometry>
        </mxCell>
        <mxCell id="5oGTE3Xe48jpl4K919ed-23" edge="1" parent="1" source="bphd-XHS044pXj_6YrF3-20" style="edgeStyle=orthogonalEdgeStyle;rounded=0;orthogonalLoop=1;jettySize=auto;html=1;exitX=0.75;exitY=1;exitDx=0;exitDy=0;exitPerimeter=0;dashed=1;" target="5oGTE3Xe48jpl4K919ed-24">
          <mxGeometry relative="1" as="geometry">
            <mxPoint x="721.3846153846152" y="2650" as="targetPoint" />
          </mxGeometry>
        </mxCell>
        <mxCell id="bphd-XHS044pXj_6YrF3-20" parent="1" style="shape=folder;fontStyle=1;spacingTop=10;tabWidth=40;tabHeight=14;tabPosition=left;html=1;whiteSpace=wrap;" value="Persistence Layer" vertex="1">
          <mxGeometry height="150" width="495" x="350" y="2430" as="geometry" />
        </mxCell>
        <mxCell id="bphd-XHS044pXj_6YrF3-21" parent="1" style="shape=folder;fontStyle=1;spacingTop=10;tabWidth=40;tabHeight=14;tabPosition=left;html=1;whiteSpace=wrap;" value="Presentation Logic" vertex="1">
          <mxGeometry height="155" width="190" x="525" y="1730" as="geometry" />
        </mxCell>
        <mxCell id="bphd-XHS044pXj_6YrF3-24" parent="1" style="shape=folder;fontStyle=1;spacingTop=10;tabWidth=40;tabHeight=14;tabPosition=left;html=1;whiteSpace=wrap;" value="User Interface" vertex="1">
          <mxGeometry height="155" width="190" x="160" y="1730" as="geometry" />
        </mxCell>
        <mxCell id="5oGTE3Xe48jpl4K919ed-3" edge="1" parent="1" source="5oGTE3Xe48jpl4K919ed-1" style="edgeStyle=orthogonalEdgeStyle;rounded=0;orthogonalLoop=1;jettySize=auto;html=1;exitX=0.5;exitY=1;exitDx=0;exitDy=0;exitPerimeter=0;entryX=0;entryY=0;entryDx=330;entryDy=14;entryPerimeter=0;dashed=1;" target="bphd-XHS044pXj_6YrF3-17">
          <mxGeometry relative="1" as="geometry" />
        </mxCell>
        <mxCell id="5oGTE3Xe48jpl4K919ed-1" parent="1" style="shape=folder;fontStyle=1;spacingTop=10;tabWidth=40;tabHeight=14;tabPosition=left;html=1;whiteSpace=wrap;" value="Users" vertex="1">
          <mxGeometry height="60" width="130" x="380" y="1580" as="geometry" />
        </mxCell>
        <mxCell id="5oGTE3Xe48jpl4K919ed-5" edge="1" parent="1" source="bphd-XHS044pXj_6YrF3-17" style="edgeStyle=orthogonalEdgeStyle;rounded=0;orthogonalLoop=1;jettySize=auto;html=1;exitX=0.5;exitY=1;exitDx=0;exitDy=0;exitPerimeter=0;entryX=0;entryY=0;entryDx=390;entryDy=50;entryPerimeter=0;dashed=1;" target="bphd-XHS044pXj_6YrF3-19">
          <mxGeometry relative="1" as="geometry" />
        </mxCell>
        <mxCell id="5oGTE3Xe48jpl4K919ed-6" edge="1" parent="1" source="bphd-XHS044pXj_6YrF3-19" style="edgeStyle=orthogonalEdgeStyle;rounded=0;orthogonalLoop=1;jettySize=auto;html=1;exitX=0.5;exitY=1;exitDx=0;exitDy=0;exitPerimeter=0;entryX=0.505;entryY=0.067;entryDx=0;entryDy=0;entryPerimeter=0;dashed=1;" target="bphd-XHS044pXj_6YrF3-20">
          <mxGeometry relative="1" as="geometry" />
        </mxCell>
        <mxCell id="5oGTE3Xe48jpl4K919ed-9" parent="1" style="shape=folder;fontStyle=1;spacingTop=10;tabWidth=40;tabHeight=14;tabPosition=left;html=1;whiteSpace=wrap;" value="Application&lt;div&gt;Facade&lt;/div&gt;" vertex="1">
          <mxGeometry height="80" width="155" x="510" y="2120" as="geometry" />
        </mxCell>
        <mxCell id="5oGTE3Xe48jpl4K919ed-10" parent="1" style="shape=folder;fontStyle=1;spacingTop=10;tabWidth=40;tabHeight=14;tabPosition=left;html=1;whiteSpace=wrap;" value="Business&lt;div&gt;Entities&lt;/div&gt;" vertex="1">
          <mxGeometry height="50" width="140" x="710" y="2300" as="geometry" />
        </mxCell>
        <mxCell id="5oGTE3Xe48jpl4K919ed-11" edge="1" parent="1" source="5oGTE3Xe48jpl4K919ed-9" style="edgeStyle=orthogonalEdgeStyle;rounded=0;orthogonalLoop=1;jettySize=auto;html=1;exitX=0;exitY=0;exitDx=155;exitDy=52;exitPerimeter=0;entryX=0;entryY=0;entryDx=0;entryDy=32;entryPerimeter=0;" target="5oGTE3Xe48jpl4K919ed-10">
          <mxGeometry relative="1" as="geometry" />
        </mxCell>
        <mxCell id="5oGTE3Xe48jpl4K919ed-12" parent="1" style="shape=folder;fontStyle=1;spacingTop=10;tabWidth=40;tabHeight=14;tabPosition=left;html=1;whiteSpace=wrap;" value="Business&lt;div&gt;Workflow&lt;/div&gt;" vertex="1">
          <mxGeometry height="50" width="145" x="320" y="2290" as="geometry" />
        </mxCell>
        <mxCell id="5oGTE3Xe48jpl4K919ed-14" edge="1" parent="1" source="5oGTE3Xe48jpl4K919ed-9" style="edgeStyle=orthogonalEdgeStyle;rounded=0;orthogonalLoop=1;jettySize=auto;html=1;entryX=0;entryY=0;entryDx=40;entryDy=14;entryPerimeter=0;" target="5oGTE3Xe48jpl4K919ed-12">
          <mxGeometry relative="1" as="geometry" />
        </mxCell>
        <mxCell id="5oGTE3Xe48jpl4K919ed-15" parent="1" style="shape=folder;fontStyle=1;spacingTop=10;tabWidth=40;tabHeight=14;tabPosition=left;html=1;whiteSpace=wrap;" value="Business&lt;div&gt;Components&lt;/div&gt;" vertex="1">
          <mxGeometry height="50" width="125" x="525" y="2300" as="geometry" />
        </mxCell>
        <mxCell id="5oGTE3Xe48jpl4K919ed-18" edge="1" parent="1" source="5oGTE3Xe48jpl4K919ed-9" style="edgeStyle=orthogonalEdgeStyle;rounded=0;orthogonalLoop=1;jettySize=auto;html=1;exitX=0.5;exitY=1;exitDx=0;exitDy=0;exitPerimeter=0;entryX=0;entryY=0;entryDx=0;entryDy=32;entryPerimeter=0;" target="5oGTE3Xe48jpl4K919ed-15">
          <mxGeometry relative="1" as="geometry" />
        </mxCell>
        <mxCell id="5oGTE3Xe48jpl4K919ed-19" parent="1" style="shape=folder;fontStyle=1;spacingTop=10;tabWidth=40;tabHeight=14;tabPosition=left;html=1;whiteSpace=wrap;" value="Data Access" vertex="1">
          <mxGeometry height="50" width="70" x="410" y="2490" as="geometry" />
        </mxCell>
        <mxCell id="5oGTE3Xe48jpl4K919ed-20" parent="1" style="shape=folder;fontStyle=1;spacingTop=10;tabWidth=40;tabHeight=14;tabPosition=left;html=1;whiteSpace=wrap;" value="Service Agents" vertex="1">
          <mxGeometry height="50" width="70" x="715" y="2491" as="geometry" />
        </mxCell>
        <mxCell id="5oGTE3Xe48jpl4K919ed-22" parent="1" style="shape=folder;fontStyle=1;spacingTop=10;tabWidth=40;tabHeight=14;tabPosition=left;html=1;whiteSpace=wrap;" value="Data Sources" vertex="1">
          <mxGeometry height="50" width="70" x="440.0023076923076" y="2660" as="geometry" />
        </mxCell>
        <mxCell id="5oGTE3Xe48jpl4K919ed-24" parent="1" style="shape=folder;fontStyle=1;spacingTop=10;tabWidth=40;tabHeight=14;tabPosition=left;html=1;whiteSpace=wrap;" value="External&amp;nbsp;&lt;br&gt;Services" vertex="1">
          <mxGeometry height="50" width="70" x="687.5046153846152" y="2665" as="geometry" />
        </mxCell>
        <mxCell id="5oGTE3Xe48jpl4K919ed-25" parent="1" style="shape=folder;fontStyle=1;spacingTop=10;tabWidth=40;tabHeight=14;tabPosition=left;html=1;whiteSpace=wrap;" value="Cross Cutting" vertex="1">
          <mxGeometry height="690" width="320" x="1060" y="1850" as="geometry" />
        </mxCell>
        <mxCell id="5oGTE3Xe48jpl4K919ed-26" parent="1" style="shape=folder;fontStyle=1;spacingTop=10;tabWidth=40;tabHeight=14;tabPosition=left;html=1;whiteSpace=wrap;" value="Security" vertex="1">
          <mxGeometry height="79" width="120" x="1155" y="1960" as="geometry" />
        </mxCell>
        <mxCell id="5oGTE3Xe48jpl4K919ed-27" parent="1" style="shape=folder;fontStyle=1;spacingTop=10;tabWidth=40;tabHeight=14;tabPosition=left;html=1;whiteSpace=wrap;" value="Operational Management" vertex="1">
          <mxGeometry height="80" width="142.5" x="1148.75" y="2100" as="geometry" />
        </mxCell>
        <mxCell id="5oGTE3Xe48jpl4K919ed-28" parent="1" style="shape=folder;fontStyle=1;spacingTop=10;tabWidth=40;tabHeight=14;tabPosition=left;html=1;whiteSpace=wrap;" value="Communication" vertex="1">
          <mxGeometry height="100" width="147.5" x="1146.25" y="2260" as="geometry" />
        </mxCell>
        <mxCell id="5oGTE3Xe48jpl4K919ed-29" edge="1" parent="1" source="bphd-XHS044pXj_6YrF3-20" style="edgeStyle=orthogonalEdgeStyle;rounded=0;orthogonalLoop=1;jettySize=auto;html=1;exitX=0;exitY=0;exitDx=495;exitDy=82;exitPerimeter=0;entryX=0;entryY=0;entryDx=0;entryDy=521;entryPerimeter=0;dashed=1;" target="5oGTE3Xe48jpl4K919ed-25">
          <mxGeometry relative="1" as="geometry" />
        </mxCell>
        <mxCell id="5oGTE3Xe48jpl4K919ed-30" edge="1" parent="1" source="bphd-XHS044pXj_6YrF3-19" style="edgeStyle=orthogonalEdgeStyle;rounded=0;orthogonalLoop=1;jettySize=auto;html=1;exitX=0;exitY=0;exitDx=620;exitDy=180;exitPerimeter=0;entryX=0.006;entryY=0.499;entryDx=0;entryDy=0;entryPerimeter=0;dashed=1;" target="5oGTE3Xe48jpl4K919ed-25">
          <mxGeometry relative="1" as="geometry" />
        </mxCell>
        <mxCell id="5oGTE3Xe48jpl4K919ed-31" edge="1" parent="1" source="bphd-XHS044pXj_6YrF3-17" style="edgeStyle=orthogonalEdgeStyle;rounded=0;orthogonalLoop=1;jettySize=auto;html=1;exitX=0;exitY=0;exitDx=620;exitDy=236;exitPerimeter=0;entryX=0;entryY=0;entryDx=0;entryDy=183;entryPerimeter=0;dashed=1;" target="5oGTE3Xe48jpl4K919ed-25">
          <mxGeometry relative="1" as="geometry" />
        </mxCell>
        <mxCell id="Xk1fa7zEFvqhqLaLLcKz-10" edge="1" parent="1" source="Xk1fa7zEFvqhqLaLLcKz-18" style="edgeStyle=orthogonalEdgeStyle;rounded=0;orthogonalLoop=1;jettySize=auto;html=1;exitX=0.5;exitY=1;exitDx=0;exitDy=0;entryX=0.5;entryY=0;entryDx=0;entryDy=0;" target="Xk1fa7zEFvqhqLaLLcKz-7">
          <mxGeometry relative="1" as="geometry" />
        </mxCell>
        <mxCell id="Xk1fa7zEFvqhqLaLLcKz-6" parent="1" style="verticalAlign=top;align=left;overflow=fill;html=1;whiteSpace=wrap;" value="&lt;p style=&quot;margin:0px;margin-top:4px;text-align:center;&quot;&gt;&lt;i&gt;&amp;lt;&amp;lt;Interface&amp;gt;&amp;gt;&lt;/i&gt;&lt;br&gt;&lt;/p&gt;&lt;p style=&quot;margin:0px;margin-left:4px;&quot;&gt;&lt;span style=&quot;background-color: transparent; font-family: Menlo, Monaco, Consolas, &amp;quot;Courier New&amp;quot;, monospace; font-size: inherit; white-space: pre-wrap; color: rgb(220, 233, 249);&quot;&gt;class PresentationLayer&lt;/span&gt;&lt;/p&gt;&lt;p style=&quot;margin:0px;margin-left:4px;&quot;&gt;&amp;nbsp;+ServiceAPI&lt;br&gt;+ClientInterface&lt;/p&gt;" vertex="1">
          <mxGeometry height="60" width="190" x="980" y="860" as="geometry" />
        </mxCell>
        <mxCell id="Xk1fa7zEFvqhqLaLLcKz-12" edge="1" parent="1" source="Xk1fa7zEFvqhqLaLLcKz-20" style="edgeStyle=orthogonalEdgeStyle;rounded=0;orthogonalLoop=1;jettySize=auto;html=1;exitX=0.5;exitY=1;exitDx=0;exitDy=0;" target="Xk1fa7zEFvqhqLaLLcKz-11">
          <mxGeometry relative="1" as="geometry" />
        </mxCell>
        <mxCell id="Xk1fa7zEFvqhqLaLLcKz-7" parent="1" style="html=1;whiteSpace=wrap;" value="&lt;pre style=&quot;box-sizing: border-box; overflow: auto; font-family: Menlo, Monaco, Consolas, &amp;quot;Courier New&amp;quot;, monospace; font-size: 13px; margin: 0px 0px 10px; line-height: 1.42857; color: rgb(220, 233, 249); word-break: break-all; overflow-wrap: break-word; border: 1px solid rgb(114, 105, 91); scrollbar-color: rgb(95, 99, 104) rgb(49, 54, 60); text-align: start; background-color: rgb(32, 36, 38); padding: 10px !important; border-radius: 4px !important;&quot;&gt;&lt;code class=&quot;mermaid language-mermaid&quot; style=&quot;box-sizing: border-box; font-family: Menlo, Monaco, Consolas, &amp;quot;Courier New&amp;quot;, monospace; font-size: inherit; padding: 0px; border-radius: 0px; white-space: pre-wrap; scrollbar-color: rgb(95, 99, 104) rgb(49, 54, 60); background-color: transparent !important;&quot;&gt;class BusinessLogicLayer&lt;br&gt;+&lt;/code&gt;ModelClasses&lt;br&gt;+User&lt;br&gt;+Review&lt;br&gt;+Amenities&lt;br&gt;+Place&lt;br&gt;+BookingService&lt;br&gt;+Comments&lt;/pre&gt;" vertex="1">
          <mxGeometry height="190" width="254" x="948" y="1020" as="geometry" />
        </mxCell>
        <mxCell id="Xk1fa7zEFvqhqLaLLcKz-11" parent="1" style="html=1;whiteSpace=wrap;" value="&lt;pre style=&quot;box-sizing: border-box; overflow: auto; font-family: Menlo, Monaco, Consolas, &amp;quot;Courier New&amp;quot;, monospace; font-size: 13px; margin: 0px 0px 10px; line-height: 1.42857; color: rgb(220, 233, 249); word-break: break-all; overflow-wrap: break-word; border: 1px solid rgb(114, 105, 91); scrollbar-color: rgb(95, 99, 104) rgb(49, 54, 60); text-align: start; background-color: rgb(32, 36, 38); padding: 10px !important; border-radius: 4px !important;&quot;&gt;&lt;code class=&quot;mermaid language-mermaid&quot; style=&quot;box-sizing: border-box; font-family: Menlo, Monaco, Consolas, &amp;quot;Courier New&amp;quot;, monospace; font-size: inherit; padding: 0px; border-radius: 0px; white-space: pre-wrap; scrollbar-color: rgb(95, 99, 104) rgb(49, 54, 60); background-color: transparent !important;&quot;&gt;class PersistenceLayer&lt;br&gt;&lt;pre style=&quot;box-sizing: border-box; overflow: auto; font-family: Menlo, Monaco, Consolas, &amp;quot;Courier New&amp;quot;, monospace; margin: 0px 0px 10px; line-height: 1.42857; color: rgb(220, 233, 249); word-break: break-all; overflow-wrap: break-word; border: 1px solid rgb(114, 105, 91); scrollbar-color: rgb(95, 99, 104) rgb(49, 54, 60); padding: 10px !important; background-color: rgb(32, 36, 38); border-radius: 4px !important;&quot;&gt;&lt;code class=&quot;mermaid language-mermaid&quot; style=&quot;box-sizing: border-box; font-family: Menlo, Monaco, Consolas, &amp;quot;Courier New&amp;quot;, monospace; font-size: inherit; padding: 0px; border-radius: 0px; white-space: pre-wrap; scrollbar-color: rgb(95, 99, 104) rgb(49, 54, 60); background-color: transparent !important;&quot;&gt;+DatabaseAccess&lt;br&gt;+AccountStoring&lt;br&gt;+PlaceInformation&lt;/code&gt;&lt;/pre&gt;&lt;/code&gt;&lt;/pre&gt;" vertex="1">
          <mxGeometry height="130" width="310" x="922" y="1320" as="geometry" />
        </mxCell>
        <mxCell id="Xk1fa7zEFvqhqLaLLcKz-17" edge="1" parent="1" source="Xk1fa7zEFvqhqLaLLcKz-6" style="edgeStyle=orthogonalEdgeStyle;rounded=0;orthogonalLoop=1;jettySize=auto;html=1;exitX=0.5;exitY=1;exitDx=0;exitDy=0;entryX=0.5;entryY=0;entryDx=0;entryDy=0;" target="Xk1fa7zEFvqhqLaLLcKz-18" value="">
          <mxGeometry relative="1" as="geometry">
            <mxPoint x="1075" y="920" as="sourcePoint" />
            <mxPoint x="1075" y="1020" as="targetPoint" />
          </mxGeometry>
        </mxCell>
        <mxCell id="Xk1fa7zEFvqhqLaLLcKz-18" parent="1" style="html=1;whiteSpace=wrap;" value="&lt;pre style=&quot;box-sizing: border-box; overflow: auto; font-family: Menlo, Monaco, Consolas, &amp;quot;Courier New&amp;quot;, monospace; font-size: 13px; margin: 0px 0px 10px; line-height: 1.42857; color: rgb(220, 233, 249); word-break: break-all; overflow-wrap: break-word; border-width: 1px; border-style: solid; border-image: initial; scrollbar-color: rgb(95, 99, 104) rgb(49, 54, 60); text-align: start; padding: 10px !important; background-color: rgb(32, 36, 38) !important; border-color: rgb(114, 105, 91) !important; border-radius: 4px !important;&quot;&gt;&lt;code class=&quot;mermaid language-mermaid&quot; style=&quot;box-sizing: border-box; font-family: Menlo, Monaco, Consolas, &amp;quot;Courier New&amp;quot;, monospace; font-size: inherit; padding: 0px; border-radius: 0px; white-space: pre-wrap; scrollbar-color: rgb(95, 99, 104) rgb(49, 54, 60); background-color: transparent !important;&quot;&gt;Facade Pattern&lt;/code&gt;&lt;/pre&gt;" vertex="1">
          <mxGeometry height="55" width="260" x="942" y="940" as="geometry" />
        </mxCell>
        <mxCell id="Xk1fa7zEFvqhqLaLLcKz-19" edge="1" parent="1" source="Xk1fa7zEFvqhqLaLLcKz-7" style="edgeStyle=orthogonalEdgeStyle;rounded=0;orthogonalLoop=1;jettySize=auto;html=1;exitX=0.5;exitY=1;exitDx=0;exitDy=0;" target="Xk1fa7zEFvqhqLaLLcKz-20" value="">
          <mxGeometry relative="1" as="geometry">
            <mxPoint x="1075" y="1210" as="sourcePoint" />
            <mxPoint x="1075" y="1280" as="targetPoint" />
          </mxGeometry>
        </mxCell>
        <mxCell id="Xk1fa7zEFvqhqLaLLcKz-20" parent="1" style="html=1;whiteSpace=wrap;" value="&lt;pre style=&quot;box-sizing: border-box; overflow: auto; font-family: Menlo, Monaco, Consolas, &amp;quot;Courier New&amp;quot;, monospace; font-size: 13px; margin: 0px 0px 10px; line-height: 1.42857; color: rgb(220, 233, 249); word-break: break-all; overflow-wrap: break-word; border-width: 1px; border-style: solid; border-image: initial; scrollbar-color: rgb(95, 99, 104) rgb(49, 54, 60); text-align: start; padding: 10px !important; background-color: rgb(32, 36, 38) !important; border-color: rgb(114, 105, 91) !important; border-radius: 4px !important;&quot;&gt;&lt;code class=&quot;mermaid language-mermaid&quot; style=&quot;box-sizing: border-box; font-family: Menlo, Monaco, Consolas, &amp;quot;Courier New&amp;quot;, monospace; font-size: inherit; padding: 0px; border-radius: 0px; white-space: pre-wrap; scrollbar-color: rgb(95, 99, 104) rgb(49, 54, 60); background-color: transparent !important;&quot;&gt;Database Operations&lt;/code&gt;&lt;/pre&gt;" vertex="1">
          <mxGeometry height="50" width="250" x="952" y="1230" as="geometry" />
        </mxCell>
        <mxCell id="aWwyGlZGmxZRMDZtTTIC-4" parent="1" style="rounded=0;whiteSpace=wrap;html=1;align=center;fillColor=#fff2cc;strokeColor=#d6b656;" value="Admin page" vertex="1">
          <mxGeometry height="65.46" width="120" x="330" y="500" as="geometry" />
+         </mxCell>
+         <mxCell id="lqWkxY9uZ9eT4ogvRrYx-4" edge="1" parent="1" source="lqWkxY9uZ9eT4ogvRrYx-2" style="edgeStyle=orthogonalEdgeStyle;rounded=0;orthogonalLoop=1;jettySize=auto;html=1;exitX=0.5;exitY=1;exitDx=0;exitDy=0;entryX=0.5;entryY=0;entryDx=0;entryDy=0;" target="knfjWByLyRWuwcYY4K55-9">
+           <mxGeometry relative="1" as="geometry">
+             <mxPoint x="1450" y="490" as="targetPoint" />
+           </mxGeometry>
+         </mxCell>
+         <mxCell id="lqWkxY9uZ9eT4ogvRrYx-2" parent="1" style="rounded=0;whiteSpace=wrap;html=1;align=center;fillColor=#fff2cc;strokeColor=#d6b656;" value="&lt;div style=&quot;&quot;&gt;&lt;font color=&quot;#dce9f9&quot; face=&quot;aktiv-grotesk, sans-serif&quot;&gt;&lt;span style=&quot;font-size: 14px; background-color: rgb(32, 36, 38);&quot;&gt;&lt;b&gt;Checking for access right&lt;/b&gt;&lt;/span&gt;&lt;/font&gt;&lt;/div&gt;" vertex="1">
+           <mxGeometry height="65.46" width="120" x="1415" y="370" as="geometry" />
        </mxCell>
      </root>
    </mxGraphModel>
  </diagram>
</mxfile>
